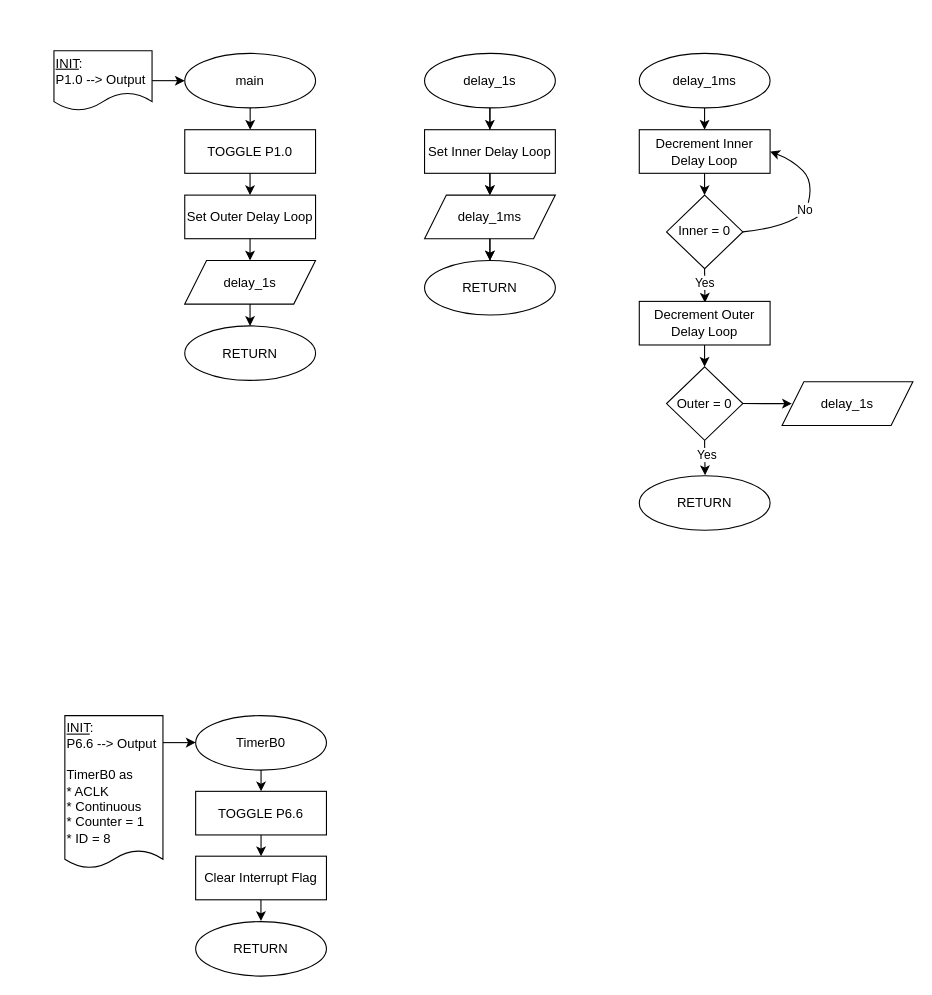
msu-eele-465/project1-Jay-Graham keeps this draw.io diagram as project1_flowcharts.drawio. Above is the earlier version. Source tidied: cells renumbered, new cells numbered last; positions are measured from the earlier drawing's top-left corner, leaving out a move shared by most shapes. Both pictures are drawn from the tidied source at 109%, with x=0, y=0 at pixel (53, 50).
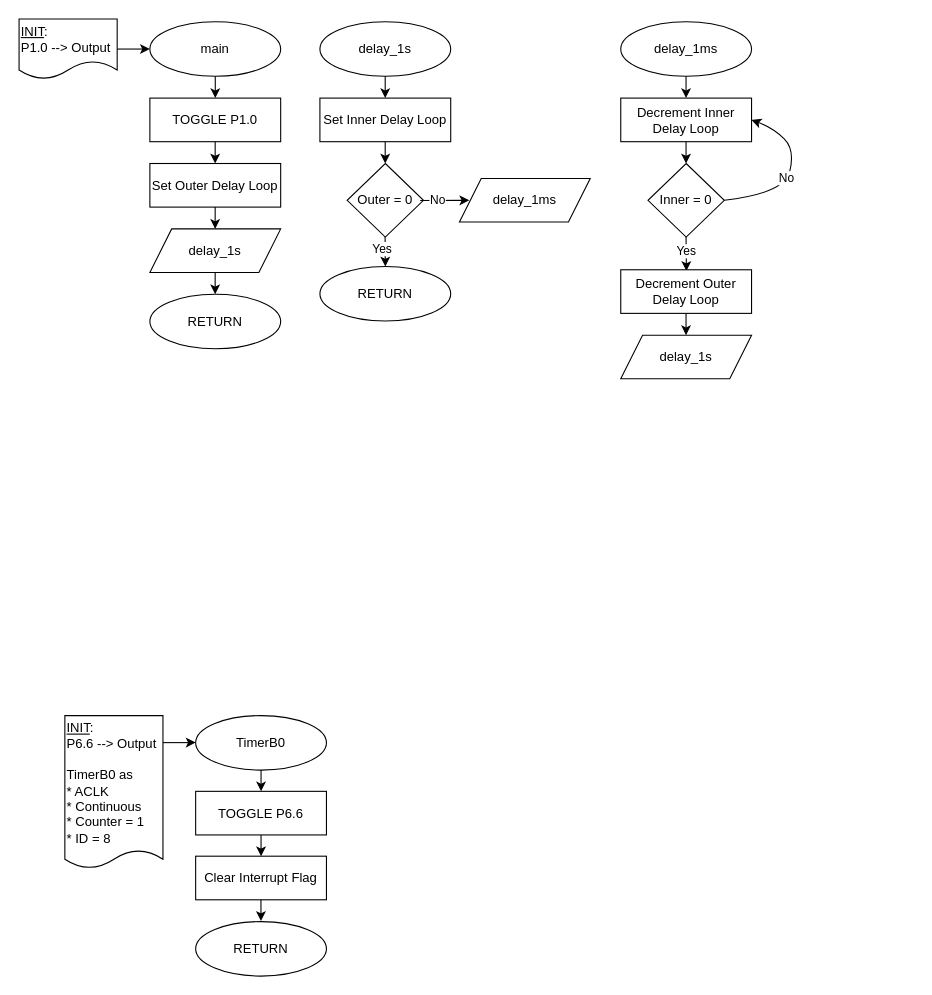
The same diagram, later.

Change to the diagram source:
```diff
@@
     <mxCell id="2" value="&lt;u&gt;INIT&lt;/u&gt;:&lt;div&gt;P1.0 --&amp;gt; Output&amp;nbsp;&lt;/div&gt;" style="shape=document;whiteSpace=wrap;html=1;boundedLbl=1;align=left;" parent="1" vertex="1">
-      <mxGeometry width="90" height="55" as="geometry" />
+      <mxGeometry x="-32" y="-29" width="90" height="55" as="geometry" />
     </mxCell>
     <mxCell id="3" value="main" style="ellipse;whiteSpace=wrap;html=1;" parent="1" vertex="1">
-      <mxGeometry x="120" y="2.5" width="120" height="50" as="geometry" />
+      <mxGeometry x="88" y="-26.5" width="120" height="50" as="geometry" />
     </mxCell>
@@
     <mxCell id="5" value="TOGGLE P1.0" style="rounded=0;whiteSpace=wrap;html=1;" parent="1" vertex="1">
-      <mxGeometry x="120" y="72.5" width="120" height="40" as="geometry" />
+      <mxGeometry x="88" y="43.5" width="120" height="40" as="geometry" />
     </mxCell>
     <mxCell id="6" value="Set Outer Delay Loop" style="rounded=0;whiteSpace=wrap;html=1;" parent="1" vertex="1">
-      <mxGeometry x="120" y="132.5" width="120" height="40" as="geometry" />
+      <mxGeometry x="88" y="103.5" width="120" height="40" as="geometry" />
     </mxCell>
-    <mxCell id="7" style="edgeStyle=orthogonalEdgeStyle;rounded=0;jettySize=auto;html=1;" parent="1" edge="1" source="8" target="21">
-      <mxGeometry relative="1" as="geometry" />
-    </mxCell>
-    <mxCell id="8" value="delay_1ms" style="shape=parallelogram;perimeter=parallelogramPerimeter;whiteSpace=wrap;html=1;fixedSize=1;" parent="1" vertex="1">
-      <mxGeometry x="340" y="132.5" width="120" height="40" as="geometry" />
-    </mxCell>
     <mxCell id="9" value="RETURN" style="ellipse;whiteSpace=wrap;html=1;" parent="1" vertex="1">
-      <mxGeometry x="120" y="252.5" width="120" height="50" as="geometry" />
+      <mxGeometry x="88" y="223.5" width="120" height="50" as="geometry" />
     </mxCell>
     <mxCell id="10" style="endArrow=classic;html=1;rounded=0;exitX=0.5;exitY=1;exitDx=0;exitDy=0;" parent="1" edge="1" source="3">
       <mxGeometry relative="1" as="geometry">
-        <mxPoint x="180" y="72.5" as="targetPoint" />
+        <mxPoint x="148" y="43.5" as="targetPoint" />
       </mxGeometry>
     </mxCell>
     <mxCell id="11" style="endArrow=classic;html=1;rounded=0;exitX=0.5;exitY=1;exitDx=0;exitDy=0;" parent="1" edge="1">
       <mxGeometry relative="1" as="geometry">
-        <mxPoint x="179.9" y="112.5" as="sourcePoint" />
-        <mxPoint x="179.9" y="132.5" as="targetPoint" />
+        <mxPoint x="147.9" y="83.5" as="sourcePoint" />
+        <mxPoint x="147.9" y="103.5" as="targetPoint" />
       </mxGeometry>
     </mxCell>
     <mxCell id="12" style="endArrow=classic;html=1;rounded=0;exitX=0.5;exitY=1;exitDx=0;exitDy=0;" parent="1" edge="1">
       <mxGeometry relative="1" as="geometry">
-        <mxPoint x="179.9" y="172.5" as="sourcePoint" />
-        <mxPoint x="179.9" y="192.5" as="targetPoint" />
+        <mxPoint x="147.9" y="143.5" as="sourcePoint" />
+        <mxPoint x="147.9" y="163.5" as="targetPoint" />
       </mxGeometry>
     </mxCell>
     <mxCell id="13" style="endArrow=classic;html=1;rounded=0;exitX=0.5;exitY=1;exitDx=0;exitDy=0;" parent="1" edge="1">
       <mxGeometry relative="1" as="geometry">
-        <mxPoint x="179.9" y="232.5" as="sourcePoint" />
-        <mxPoint x="179.9" y="252.5" as="targetPoint" />
+        <mxPoint x="147.9" y="203.5" as="sourcePoint" />
+        <mxPoint x="147.9" y="223.5" as="targetPoint" />
       </mxGeometry>
     </mxCell>
-    <mxCell id="14" style="edgeStyle=orthogonalEdgeStyle;rounded=0;jettySize=auto;html=1;" parent="1" edge="1" source="15">
-      <mxGeometry relative="1" as="geometry">
-        <mxPoint x="400" y="132.5" as="targetPoint" />
-      </mxGeometry>
-    </mxCell>
     <mxCell id="15" value="delay_1s" style="ellipse;whiteSpace=wrap;html=1;" parent="1" vertex="1">
-      <mxGeometry x="340" y="2.5" width="120" height="50" as="geometry" />
+      <mxGeometry x="244" y="-26.5" width="120" height="50" as="geometry" />
     </mxCell>
     <mxCell id="16" value="Set Inner Delay Loop" style="rounded=0;whiteSpace=wrap;html=1;" parent="1" vertex="1">
-      <mxGeometry x="340" y="72.5" width="120" height="40" as="geometry" />
+      <mxGeometry x="244" y="43.5" width="120" height="40" as="geometry" />
     </mxCell>
@@
     <mxCell id="19" style="endArrow=classic;html=1;rounded=0;exitX=0.5;exitY=1;exitDx=0;exitDy=0;" parent="1" edge="1">
       <mxGeometry relative="1" as="geometry">
-        <mxPoint x="399.9" y="52.5" as="sourcePoint" />
-        <mxPoint x="399.9" y="72.5" as="targetPoint" />
+        <mxPoint x="303.9" y="23.5" as="sourcePoint" />
+        <mxPoint x="303.9" y="43.5" as="targetPoint" />
       </mxGeometry>
     </mxCell>
     <mxCell id="20" value="delay_1s" style="shape=parallelogram;perimeter=parallelogramPerimeter;whiteSpace=wrap;html=1;fixedSize=1;" parent="1" vertex="1">
-      <mxGeometry x="120" y="192.5" width="120" height="40" as="geometry" />
+      <mxGeometry x="88" y="163.5" width="120" height="40" as="geometry" />
     </mxCell>
-    <mxCell id="21" value="RETURN" style="ellipse;whiteSpace=wrap;html=1;" parent="1" vertex="1">
-      <mxGeometry x="340" y="192.5" width="120" height="50" as="geometry" />
-    </mxCell>
-    <mxCell id="22" style="endArrow=classic;html=1;rounded=0;exitX=0.5;exitY=1;exitDx=0;exitDy=0;" parent="1" edge="1">
-      <mxGeometry relative="1" as="geometry">
-        <mxPoint x="399.9" y="172.5" as="sourcePoint" />
-        <mxPoint x="399.9" y="192.5" as="targetPoint" />
-      </mxGeometry>
-    </mxCell>
-    <mxCell id="23" style="endArrow=classic;html=1;rounded=0;exitX=0.5;exitY=1;exitDx=0;exitDy=0;" parent="1" edge="1">
-      <mxGeometry relative="1" as="geometry">
-        <mxPoint x="399.9" y="112.5" as="sourcePoint" />
-        <mxPoint x="399.9" y="132.5" as="targetPoint" />
-      </mxGeometry>
-    </mxCell>
     <mxCell id="24" value="delay_1ms" style="ellipse;whiteSpace=wrap;html=1;" parent="1" vertex="1">
-      <mxGeometry x="537" y="2.5" width="120" height="50" as="geometry" />
+      <mxGeometry x="520" y="-26.5" width="120" height="50" as="geometry" />
     </mxCell>
     <mxCell id="25" style="endArrow=classic;html=1;rounded=0;exitX=0.5;exitY=1;exitDx=0;exitDy=0;" parent="1" edge="1">
       <mxGeometry relative="1" as="geometry">
-        <mxPoint x="596.9" y="52.5" as="sourcePoint" />
-        <mxPoint x="596.9" y="72.5" as="targetPoint" />
+        <mxPoint x="579.9" y="23.5" as="sourcePoint" />
+        <mxPoint x="579.9" y="43.5" as="targetPoint" />
       </mxGeometry>
     </mxCell>
     <mxCell id="26" value="Decrement Inner Delay Loop" style="rounded=0;whiteSpace=wrap;html=1;" parent="1" vertex="1">
-      <mxGeometry x="537" y="72.5" width="120" height="40" as="geometry" />
+      <mxGeometry x="520" y="43.5" width="120" height="40" as="geometry" />
     </mxCell>
     <mxCell id="27" style="endArrow=classic;html=1;rounded=0;exitX=0.5;exitY=1;exitDx=0;exitDy=0;" parent="1" edge="1">
       <mxGeometry relative="1" as="geometry">
-        <mxPoint x="596.9" y="112.5" as="sourcePoint" />
-        <mxPoint x="596.9" y="132.5" as="targetPoint" />
+        <mxPoint x="579.9" y="83.5" as="sourcePoint" />
+        <mxPoint x="579.9" y="103.5" as="targetPoint" />
       </mxGeometry>
     </mxCell>
     <mxCell id="28" value="Inner = 0" style="rhombus;whiteSpace=wrap;html=1;" parent="1" vertex="1">
-      <mxGeometry x="562" y="132.5" width="70" height="67.5" as="geometry" />
+      <mxGeometry x="545" y="103.5" width="70" height="67.5" as="geometry" />
     </mxCell>
     <mxCell id="29" style="endArrow=classic;html=1;rounded=0;exitX=0.5;exitY=1;exitDx=0;exitDy=0;entryX=0.502;entryY=0.029;entryDx=0;entryDy=0;entryPerimeter=0;" parent="1" edge="1" target="31">
       <mxGeometry relative="1" as="geometry">
-        <mxPoint x="596.9" y="200" as="sourcePoint" />
+        <mxPoint x="579.9" y="171" as="sourcePoint" />
       </mxGeometry>
     </mxCell>
@@
     <mxCell id="31" value="Decrement Outer Delay Loop" style="rounded=0;whiteSpace=wrap;html=1;" parent="1" vertex="1">
-      <mxGeometry x="537" y="230" width="120" height="40" as="geometry" />
+      <mxGeometry x="520" y="201" width="120" height="40" as="geometry" />
     </mxCell>
-    <mxCell id="32" value="Outer = 0" style="rhombus;whiteSpace=wrap;html=1;" parent="1" vertex="1">
-      <mxGeometry x="562" y="290" width="70" height="67.5" as="geometry" />
-    </mxCell>
     <mxCell id="33" style="endArrow=classic;html=1;rounded=0;exitX=0.5;exitY=1;exitDx=0;exitDy=0;" parent="1" edge="1">
       <mxGeometry relative="1" as="geometry">
-        <mxPoint x="596.9" y="270" as="sourcePoint" />
-        <mxPoint x="596.9" y="290" as="targetPoint" />
+        <mxPoint x="579.9" y="241" as="sourcePoint" />
+        <mxPoint x="579.9" y="261" as="targetPoint" />
       </mxGeometry>
     </mxCell>
-    <mxCell id="34" value="RETURN" style="ellipse;whiteSpace=wrap;html=1;" parent="1" vertex="1">
-      <mxGeometry x="537" y="390" width="120" height="50" as="geometry" />
-    </mxCell>
-    <mxCell id="35" style="endArrow=classic;html=1;rounded=0;exitX=0.5;exitY=1;exitDx=0;exitDy=0;entryX=0.503;entryY=-0.012;entryDx=0;entryDy=0;entryPerimeter=0;" parent="1" edge="1" target="34">
-      <mxGeometry relative="1" as="geometry">
-        <mxPoint x="596.9" y="357.5" as="sourcePoint" />
-      </mxGeometry>
-    </mxCell>
-    <mxCell id="36" value="Yes" style="edgeLabel;html=1;align=center;verticalAlign=middle;" parent="35" vertex="1">
-      <mxGeometry x="-0.2" y="1" relative="1" as="geometry" />
-    </mxCell>
     <mxCell id="37" style="curved=1;endArrow=classic;html=1;rounded=0;exitX=1;exitY=0.5;exitDx=0;exitDy=0;entryX=1;entryY=0.5;entryDx=0;entryDy=0;" parent="1" edge="1" source="28" target="26">
       <mxGeometry relative="1" as="geometry">
         <Array as="points">
-          <mxPoint x="687" y="160" />
-          <mxPoint x="697" y="120" />
-          <mxPoint x="677" y="100" />
+          <mxPoint x="670" y="131" />
+          <mxPoint x="680" y="91" />
+          <mxPoint x="660" y="71" />
         </Array>
       </mxGeometry>
     </mxCell>
@@
     <mxCell id="39" value="delay_1s" style="shape=parallelogram;perimeter=parallelogramPerimeter;whiteSpace=wrap;html=1;fixedSize=1;" parent="1" vertex="1">
-      <mxGeometry x="668" y="303.8" width="120" height="40" as="geometry" />
+      <mxGeometry x="520" y="261" width="120" height="40" as="geometry" />
     </mxCell>
-    <mxCell id="40" style="endArrow=classic;html=1;rounded=0;exitX=1;exitY=0.5;exitDx=0;exitDy=0;entryX=0;entryY=0.5;entryDx=0;entryDy=0;" parent="1" edge="1" source="32">
-      <mxGeometry relative="1" as="geometry">
-        <mxPoint x="677" y="323.8" as="targetPoint" />
-      </mxGeometry>
-    </mxCell>
@@
+    <mxCell id="48" style="endArrow=classic;html=1;rounded=0;exitX=0.5;exitY=1;exitDx=0;exitDy=0;" parent="1" edge="1">
+      <mxGeometry relative="1" as="geometry">
+        <mxPoint x="303.9" y="83.5" as="sourcePoint" />
+        <mxPoint x="303.9" y="103.5" as="targetPoint" />
+      </mxGeometry>
+    </mxCell>
+    <mxCell id="32" value="Outer = 0" style="rhombus;whiteSpace=wrap;html=1;" parent="1" vertex="1">
+      <mxGeometry x="269" y="103.5" width="70" height="67.5" as="geometry" />
+    </mxCell>
+    <mxCell id="49" value="RETURN" style="ellipse;whiteSpace=wrap;html=1;" parent="1" vertex="1">
+      <mxGeometry x="244" y="198" width="120" height="50" as="geometry" />
+    </mxCell>
+    <mxCell id="50" style="endArrow=classic;html=1;rounded=0;exitX=0.5;exitY=1;exitDx=0;exitDy=0;entryX=0.5;entryY=0;entryDx=0;entryDy=0;" parent="1" edge="1" target="49">
+      <mxGeometry relative="1" as="geometry">
+        <mxPoint x="303.8" y="171" as="sourcePoint" />
+      </mxGeometry>
+    </mxCell>
+    <mxCell id="36" value="Yes" style="edgeLabel;html=1;align=center;verticalAlign=middle;" parent="50" vertex="1">
+      <mxGeometry x="-0.24" y="-3" relative="1" as="geometry" />
+    </mxCell>
+    <mxCell id="8" value="delay_1ms" style="shape=parallelogram;perimeter=parallelogramPerimeter;whiteSpace=wrap;html=1;fixedSize=1;" parent="1" vertex="1">
+      <mxGeometry x="372" y="117.2" width="120" height="40" as="geometry" />
+    </mxCell>
+    <mxCell id="51" style="endArrow=classic;html=1;rounded=0;exitX=1;exitY=0.5;exitDx=0;exitDy=0;entryX=0;entryY=0.5;entryDx=0;entryDy=0;" parent="1" edge="1">
+      <mxGeometry relative="1" as="geometry">
+        <mxPoint x="336" y="137.5" as="sourcePoint" />
+        <mxPoint x="381" y="137.3" as="targetPoint" />
+      </mxGeometry>
+    </mxCell>
+    <mxCell id="52" value="No" style="edgeLabel;html=1;align=center;verticalAlign=middle;" parent="51" vertex="1">
+      <mxGeometry x="-0.28" y="1" relative="1" as="geometry" />
+    </mxCell>
```
